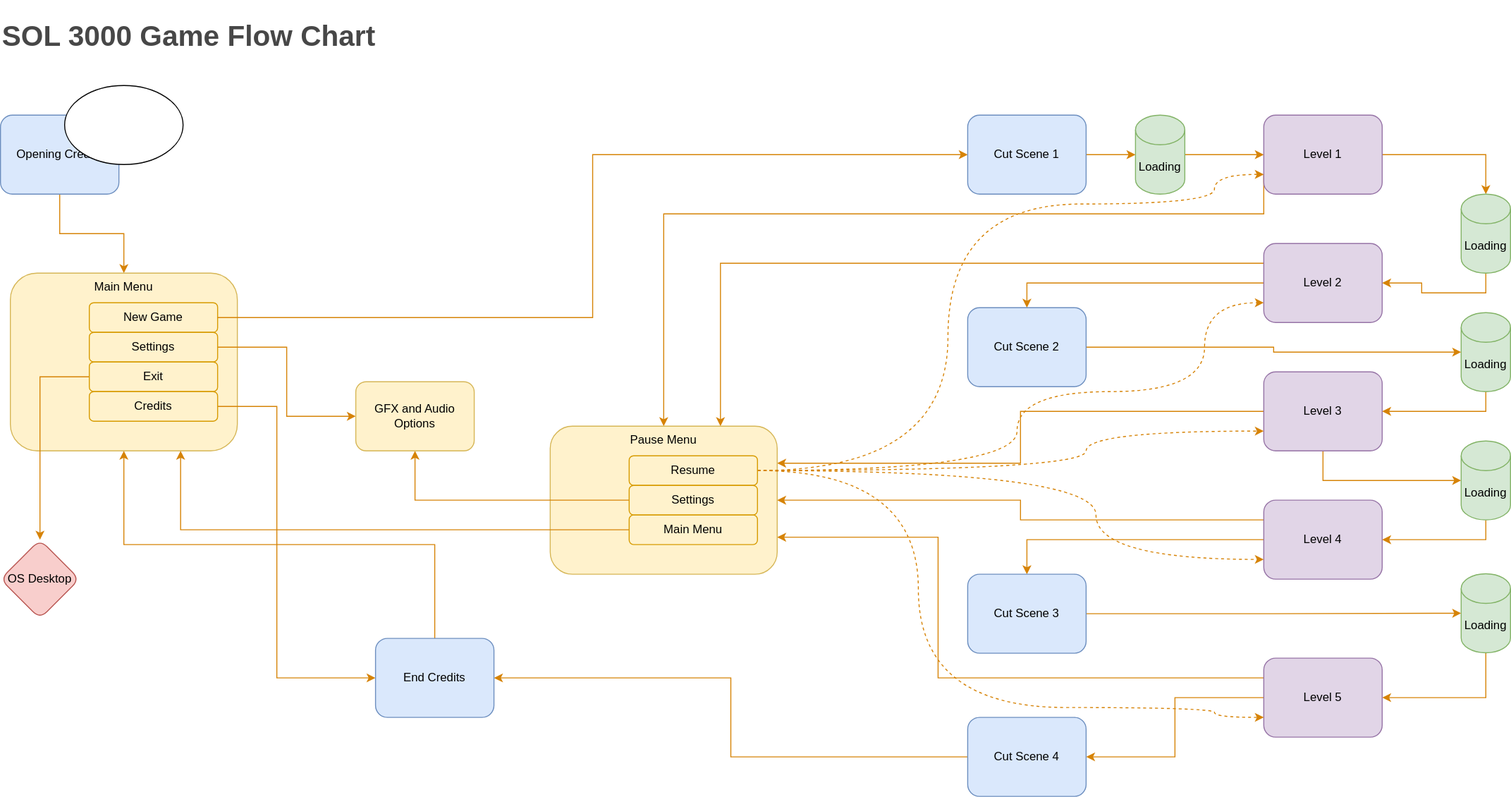
This is SOL3000-GameplayFlowchart.drawio.svg from xsinick/SOL3000, a draw.io export, as it was before one commit. Source tidied: cells renumbered, new cells last; positions are measured from the earlier drawing's top-left corner, leaving out a move shared by most shapes.
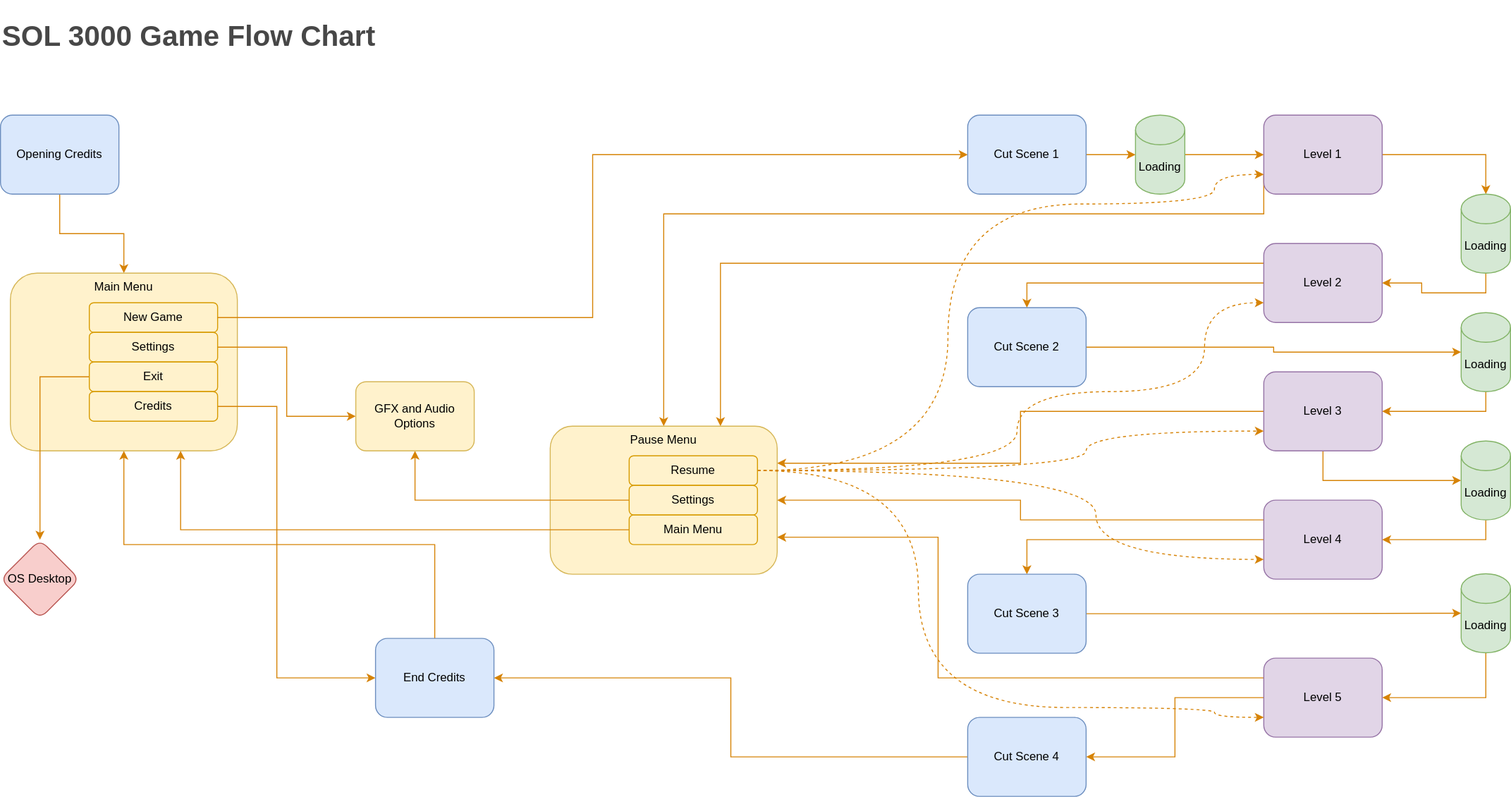
The same file after the commit.

What changed in the source:
```diff
@@ -228,8 +228,5 @@
     <mxCell id="61" value="&lt;h1 style=&quot;font-size: 29px&quot;&gt;&lt;font style=&quot;font-size: 29px&quot; color=&quot;#474747&quot;&gt;SOL 3000 Game Flow Chart&lt;/font&gt;&lt;/h1&gt;" style="text;html=1;align=left;verticalAlign=middle;strokeColor=none;fillColor=none;" parent="1" vertex="1">
       <mxGeometry width="390" height="60" as="geometry" />
     </mxCell>
-    <mxCell id="62" style="ellipse;whiteSpace=wrap;html=1;" parent="1" vertex="1">
-      <mxGeometry x="65" y="80" width="120" height="80" as="geometry" />
-    </mxCell>
   </root>
 </mxGraphModel>
```
